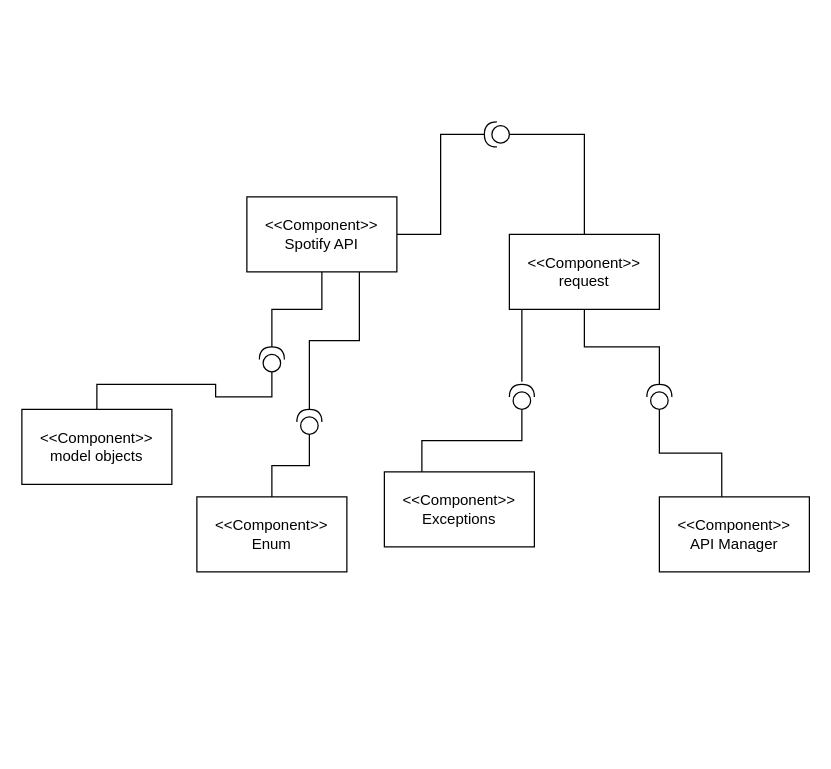
AlvaroBarragan/spotify-web-api-java keeps this draw.io diagram as functionalview.drawio. Above is the earlier version. Source tidied: cells renumbered, new cells numbered last; positions are measured from the earlier drawing's top-left corner, leaving out a move shared by most shapes. Both pictures are drawn from the tidied source at 125%, with x=0, y=0 at pixel (21, 121).
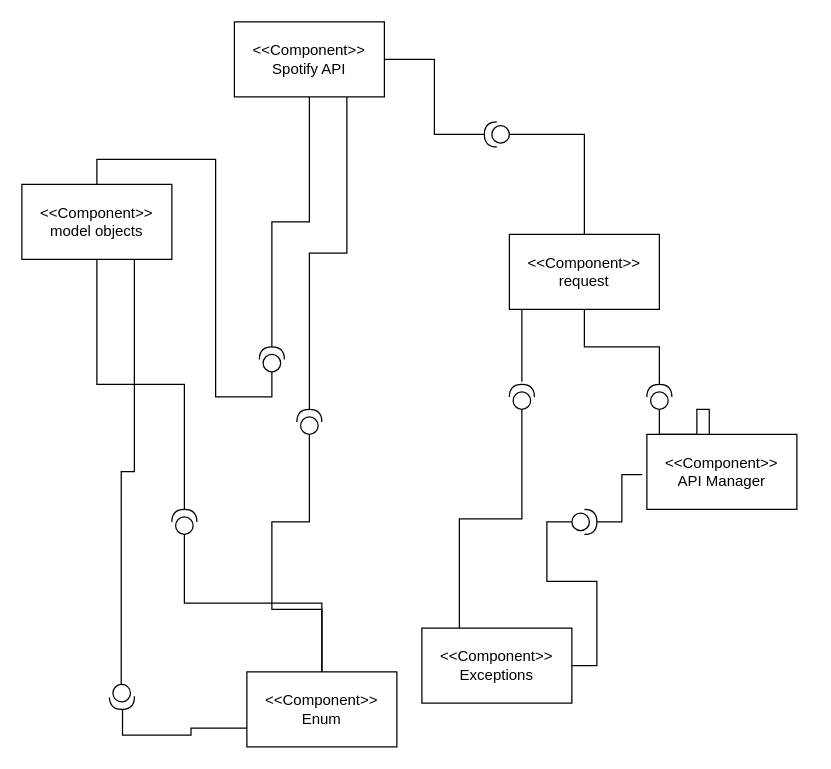
After the change.

The change refers to these unchanged cells:
```xml
<mxCell id="18" style="shape=providedRequiredInterface;html=1;verticalLabelPosition=bottom;sketch=0;rotation=-90;" parent="1" vertex="1">
  <mxGeometry x="220" y="230" width="20" height="20" as="geometry" />
</mxCell>
```

The edit, as a diff of the source:
```diff
@@
     <mxCell id="3" value="&amp;lt;&amp;lt;Component&amp;gt;&amp;gt;&lt;br&gt;Spotify API" style="rounded=0;whiteSpace=wrap;html=1;" parent="1" vertex="1">
-      <mxGeometry x="180" y="60" width="120" height="60" as="geometry" />
+      <mxGeometry x="170" y="-80" width="120" height="60" as="geometry" />
     </mxCell>
@@
     <mxCell id="7" value="&amp;lt;&amp;lt;Component&amp;gt;&amp;gt;&lt;br&gt;Enum" style="rounded=0;whiteSpace=wrap;html=1;" parent="1" vertex="1">
-      <mxGeometry x="140" y="300" width="120" height="60" as="geometry" />
+      <mxGeometry x="180" y="440" width="120" height="60" as="geometry" />
     </mxCell>
+    <mxCell id="23" style="edgeStyle=orthogonalEdgeStyle;rounded=0;jettySize=auto;html=1;exitX=1;exitY=0.5;exitDx=0;exitDy=0;endArrow=none;endFill=0;entryX=0;entryY=0.5;entryDx=0;entryDy=0;entryPerimeter=0;" parent="1" edge="1" source="8" target="24">
+      <mxGeometry relative="1" as="geometry" />
+    </mxCell>
     <mxCell id="8" value="&amp;lt;&amp;lt;Component&amp;gt;&amp;gt;&lt;br&gt;Exceptions" style="rounded=0;whiteSpace=wrap;html=1;" parent="1" vertex="1">
-      <mxGeometry x="290" y="280" width="120" height="60" as="geometry" />
+      <mxGeometry x="320" y="405" width="120" height="60" as="geometry" />
     </mxCell>
     <mxCell id="9" value="&amp;lt;&amp;lt;Component&amp;gt;&amp;gt;&lt;br&gt;API Manager" style="rounded=0;whiteSpace=wrap;html=1;" parent="1" vertex="1">
-      <mxGeometry x="510" y="300" width="120" height="60" as="geometry" />
+      <mxGeometry x="500" y="250" width="120" height="60" as="geometry" />
     </mxCell>
     <mxCell id="10" value="&amp;lt;&amp;lt;Component&amp;gt;&amp;gt;&lt;br&gt;model objects" style="rounded=0;whiteSpace=wrap;html=1;" parent="1" vertex="1">
-      <mxGeometry y="230" width="120" height="60" as="geometry" />
+      <mxGeometry y="50" width="120" height="60" as="geometry" />
     </mxCell>
@@
     <mxCell id="20" style="edgeStyle=orthogonalEdgeStyle;rounded=0;jettySize=auto;html=1;exitX=0.5;exitY=0;exitDx=0;exitDy=0;entryX=0;entryY=0.5;entryDx=0;entryDy=0;entryPerimeter=0;endArrow=none;endFill=0;" parent="1" edge="1" source="7" target="18">
-      <mxGeometry relative="1" as="geometry" />
+      <mxGeometry relative="1" as="geometry">
+        <Array as="points">
+          <mxPoint x="200" y="390" />
+          <mxPoint x="200" y="320" />
+          <mxPoint x="230" y="320" />
+        </Array>
+      </mxGeometry>
     </mxCell>
@@
+    <mxCell id="24" style="shape=providedRequiredInterface;html=1;verticalLabelPosition=bottom;sketch=0;rotation=0;" parent="1" vertex="1">
+      <mxGeometry x="440" y="310" width="20" height="20" as="geometry" />
+    </mxCell>
+    <mxCell id="25" style="edgeStyle=orthogonalEdgeStyle;rounded=0;jettySize=auto;html=1;exitX=1;exitY=0.5;exitDx=0;exitDy=0;exitPerimeter=0;entryX=-0.031;entryY=0.535;entryDx=0;entryDy=0;entryPerimeter=0;endArrow=none;endFill=0;" parent="1" edge="1" source="24" target="9">
+      <mxGeometry relative="1" as="geometry" />
+    </mxCell>
+    <mxCell id="26" style="edgeStyle=orthogonalEdgeStyle;rounded=0;jettySize=auto;html=1;exitX=0;exitY=0.5;exitDx=0;exitDy=0;exitPerimeter=0;entryX=0.5;entryY=0;entryDx=0;entryDy=0;endArrow=none;endFill=0;" parent="1" edge="1" source="28" target="7">
+      <mxGeometry relative="1" as="geometry" />
+    </mxCell>
+    <mxCell id="27" style="edgeStyle=orthogonalEdgeStyle;rounded=0;jettySize=auto;html=1;exitX=1;exitY=0.5;exitDx=0;exitDy=0;exitPerimeter=0;entryX=0.5;entryY=1;entryDx=0;entryDy=0;endArrow=none;endFill=0;" parent="1" edge="1" source="28" target="10">
+      <mxGeometry relative="1" as="geometry" />
+    </mxCell>
+    <mxCell id="28" style="shape=providedRequiredInterface;html=1;verticalLabelPosition=bottom;sketch=0;rotation=-90;" parent="1" vertex="1">
+      <mxGeometry x="120" y="310" width="20" height="20" as="geometry" />
+    </mxCell>
+    <mxCell id="29" style="edgeStyle=orthogonalEdgeStyle;rounded=0;jettySize=auto;html=1;exitX=1;exitY=0.5;exitDx=0;exitDy=0;exitPerimeter=0;entryX=0;entryY=0.75;entryDx=0;entryDy=0;endArrow=none;endFill=0;" parent="1" edge="1" source="30" target="7">
+      <mxGeometry relative="1" as="geometry" />
+    </mxCell>
+    <mxCell id="30" style="shape=providedRequiredInterface;html=1;verticalLabelPosition=bottom;sketch=0;rotation=87;" parent="1" vertex="1">
+      <mxGeometry x="70" y="450" width="20" height="20" as="geometry" />
+    </mxCell>
+    <mxCell id="31" style="edgeStyle=orthogonalEdgeStyle;rounded=0;jettySize=auto;html=1;exitX=0.75;exitY=1;exitDx=0;exitDy=0;entryX=0;entryY=0.5;entryDx=0;entryDy=0;entryPerimeter=0;endArrow=none;endFill=0;" parent="1" edge="1" source="10" target="30">
+      <mxGeometry relative="1" as="geometry" />
+    </mxCell>
```
